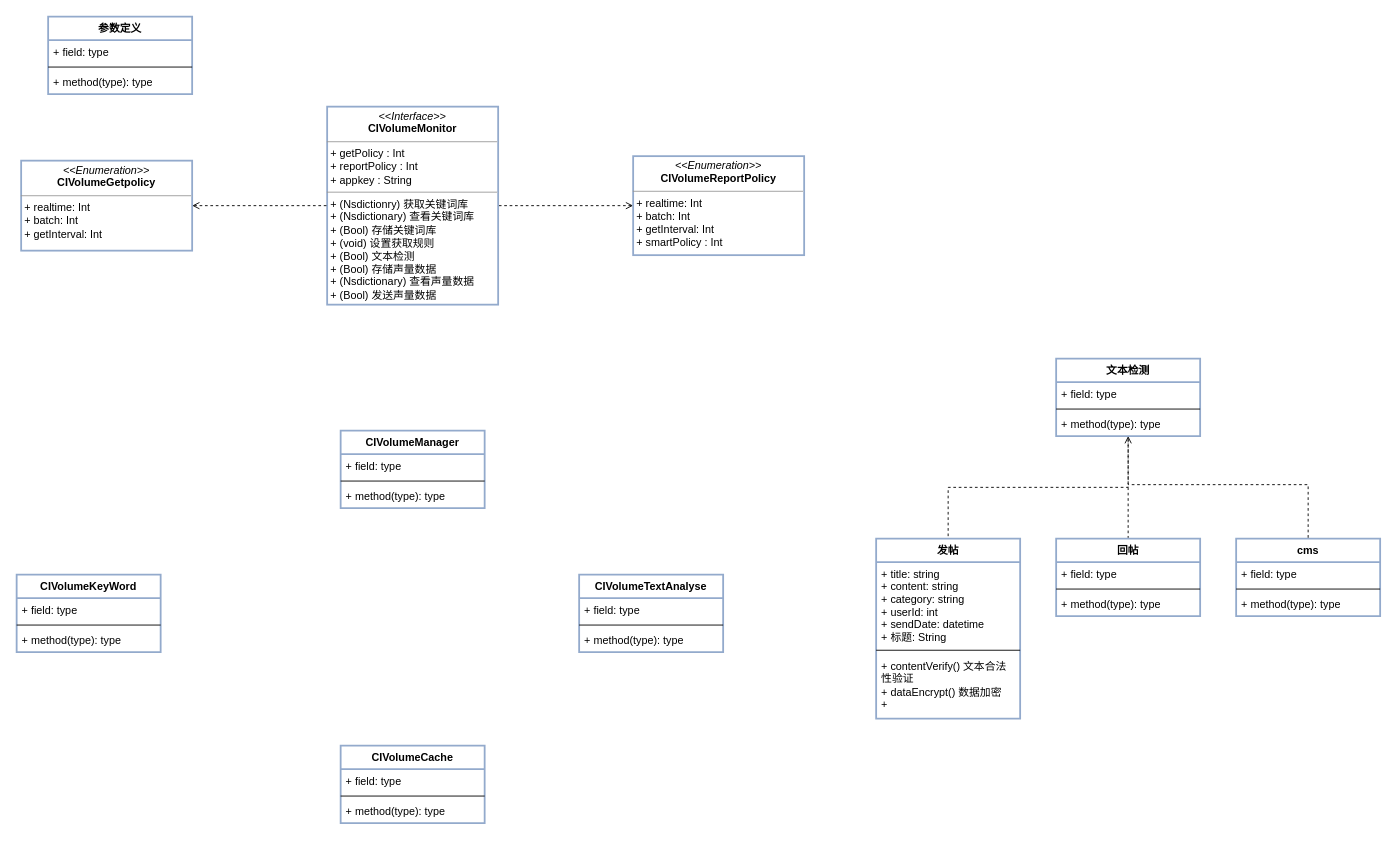
This is page "Page-3" (3 of 3) of volume system.drawio from ikeyyang/uml, a draw.io file, before an edit. Source tidied: cells renumbered, new cells numbered last; positions are measured from the earlier drawing's top-left corner, leaving out a move shared by most shapes. Both pictures are drawn from the tidied source at 90%, with x=0, y=0 at pixel (16, 16).
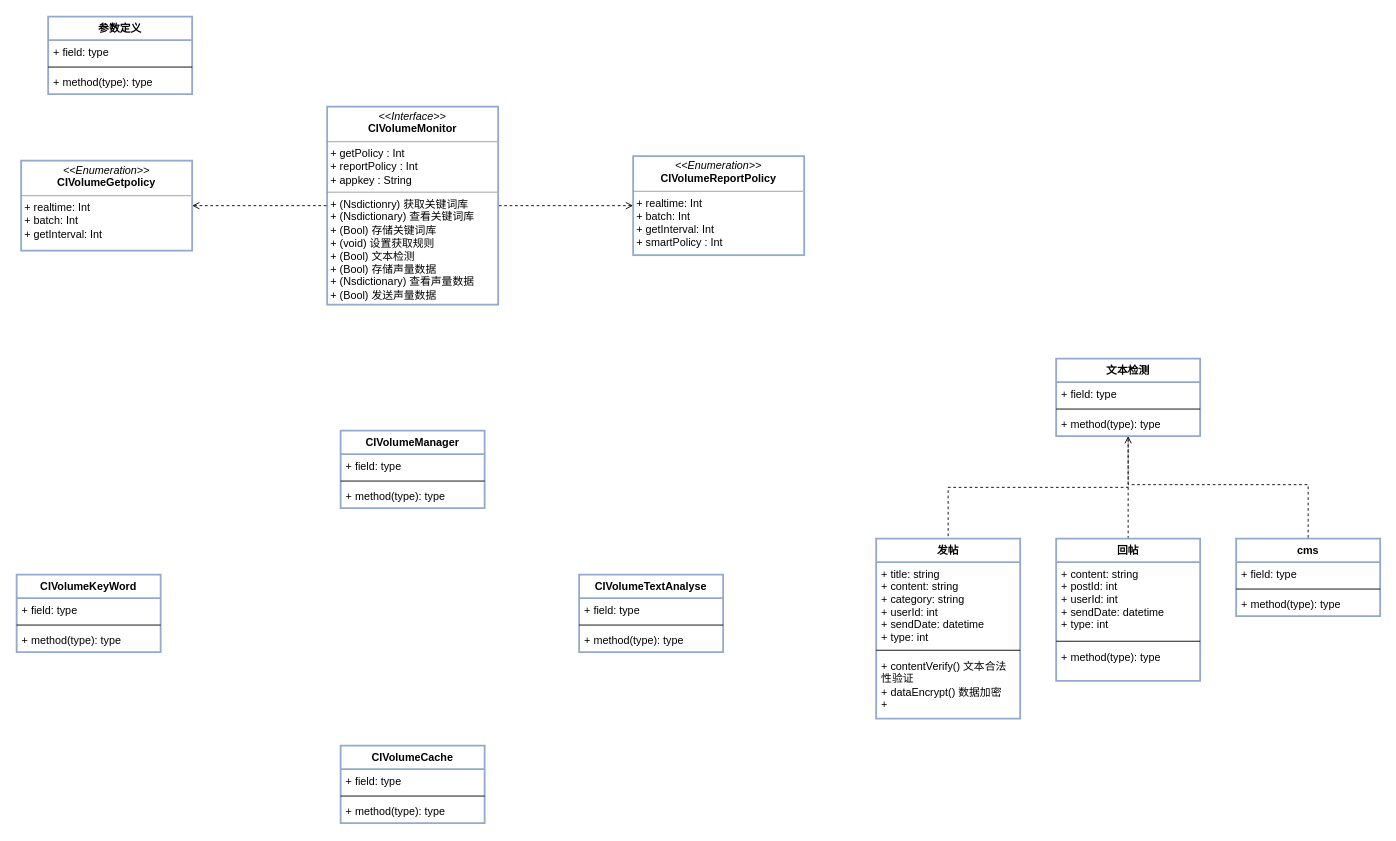
After the change.

Unchanged cells that the change refers to:
```xml
<mxCell id="37" value="发帖" style="swimlane;fontStyle=1;align=center;verticalAlign=top;horizontal=1;startSize=26;strokeColor=#93AACC;strokeWidth=2;fillColor=none;" parent="1" vertex="1">
  <mxGeometry x="955" y="580" width="160" height="200" as="geometry" />
</mxCell>
```

Change to the diagram source:
```diff
@@
     <mxCell id="28" value="回帖" style="swimlane;fontStyle=1;align=center;verticalAlign=top;horizontal=1;startSize=26;strokeColor=#93AACC;strokeWidth=2;fillColor=none;" parent="1" vertex="1">
-      <mxGeometry x="1155" y="580" width="160" height="86" as="geometry" />
+      <mxGeometry x="1155" y="580" width="160" height="158" as="geometry" />
     </mxCell>
-    <mxCell id="29" value="+ field: type" style="text;strokeColor=none;fillColor=none;align=left;verticalAlign=top;spacingLeft=4;spacingRight=4;overflow=hidden;" parent="28" vertex="1">
-      <mxGeometry y="26" width="160" height="26" as="geometry" />
+    <mxCell id="29" value="+ content: string&#10;+ postId: int&#10;+ userId: int&#10;+ sendDate: datetime&#10;+ type: int" style="text;strokeColor=none;fillColor=none;align=left;verticalAlign=top;spacingLeft=4;spacingRight=4;overflow=hidden;" parent="28" vertex="1">
+      <mxGeometry y="26" width="160" height="84" as="geometry" />
     </mxCell>
     <mxCell id="30" style="line;strokeWidth=1;fillColor=none;align=left;verticalAlign=middle;spacingTop=-1;spacingLeft=3;spacingRight=3;labelPosition=right;" parent="28" vertex="1">
-      <mxGeometry y="52" width="160" height="8" as="geometry" />
+      <mxGeometry y="110" width="160" height="8" as="geometry" />
     </mxCell>
     <mxCell id="31" value="+ method(type): type" style="text;strokeColor=none;fillColor=none;align=left;verticalAlign=top;spacingLeft=4;spacingRight=4;overflow=hidden;" parent="28" vertex="1">
-      <mxGeometry y="60" width="160" height="26" as="geometry" />
+      <mxGeometry y="118" width="160" height="40" as="geometry" />
     </mxCell>
@@
-    <mxCell id="38" value="+ title: string&#10;+ content: string&#10;+ category: string&#10;+ userId: int&#10;+ sendDate: datetime&#10;+ 标题: String" style="text;strokeColor=none;fillColor=none;align=left;verticalAlign=top;spacingLeft=4;spacingRight=4;overflow=hidden;" parent="37" vertex="1">
+    <mxCell id="38" value="+ title: string&#10;+ content: string&#10;+ category: string&#10;+ userId: int&#10;+ sendDate: datetime&#10;+ type: int" style="text;strokeColor=none;fillColor=none;align=left;verticalAlign=top;spacingLeft=4;spacingRight=4;overflow=hidden;" parent="37" vertex="1">
       <mxGeometry y="26" width="160" height="94" as="geometry" />
     </mxCell>
```
